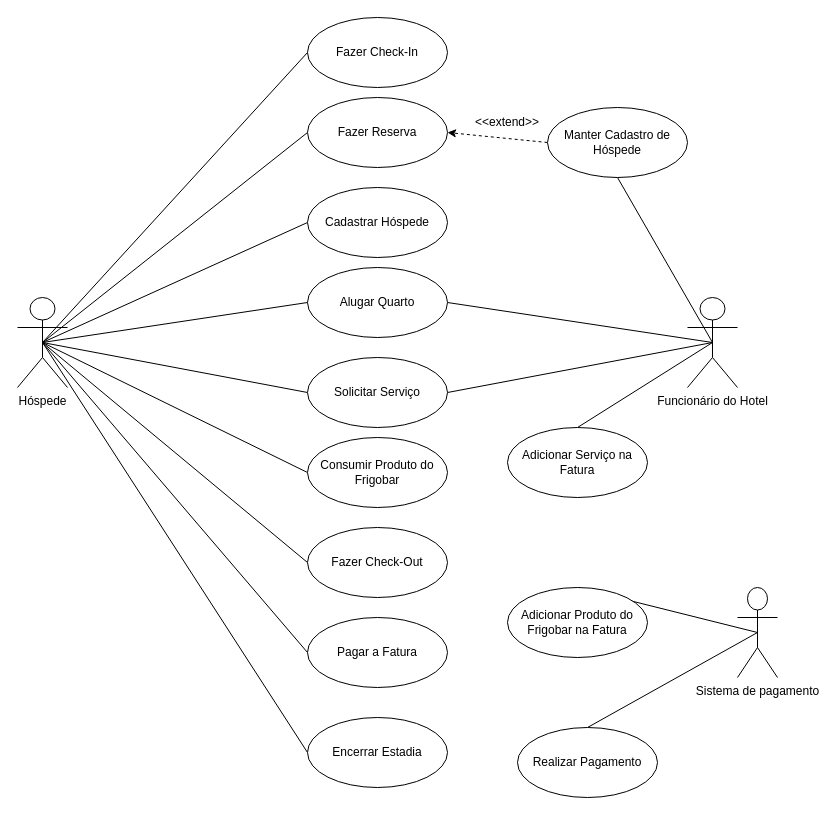
The draw.io diagram quintoexercicioCasoDeUso.drawio in MachadoEduardo/exerciciosCasoDeUso, before the edit. Source tidied: cells renumbered, new cells numbered last; positions are measured from the earlier drawing's top-left corner, leaving out a move shared by most shapes. Both pictures are drawn from the tidied source at 100%, with x=0, y=0 at pixel (17, 17).
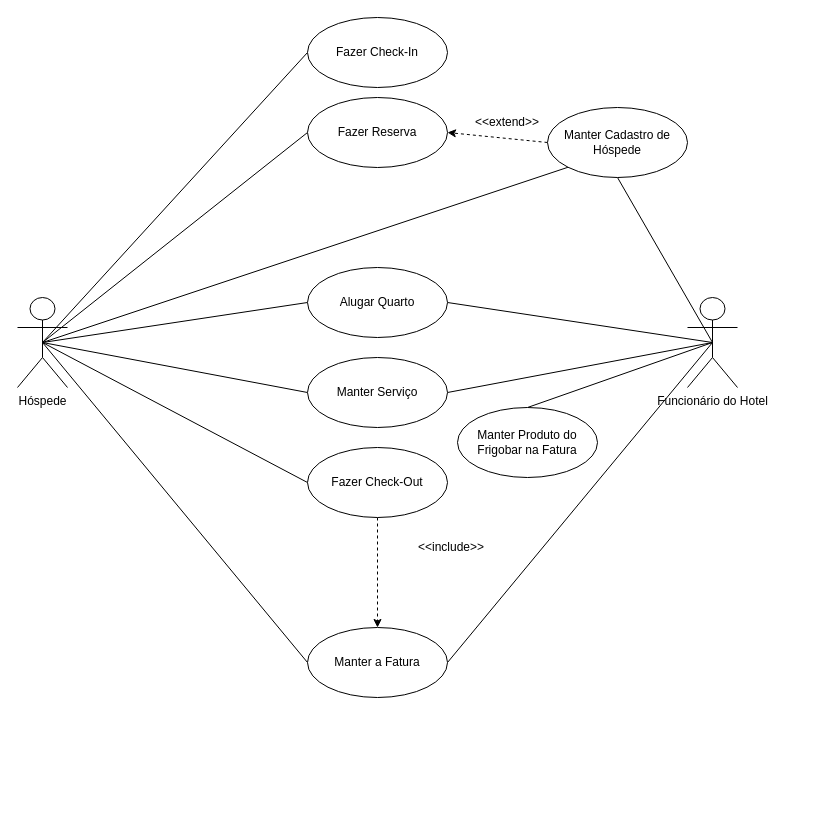
After the change.

The change refers to these unchanged cells:
```xml
<mxCell id="11" value="Hóspede" style="shape=umlActor;html=1;verticalLabelPosition=bottom;verticalAlign=top;align=center;" parent="1" vertex="1">
  <mxGeometry y="280" width="50" height="90" as="geometry" />
</mxCell>
<mxCell id="16" value="Funcionário do Hotel" style="shape=umlActor;html=1;verticalLabelPosition=bottom;verticalAlign=top;align=center;" parent="1" vertex="1">
  <mxGeometry x="670" y="280" width="50" height="90" as="geometry" />
</mxCell>
<mxCell id="33" value="Manter Cadastro de Hóspede" style="ellipse;whiteSpace=wrap;html=1;" parent="1" vertex="1">
  <mxGeometry x="530" y="90" width="140" height="70" as="geometry" />
</mxCell>
```

The edit, as a diff of the source:
```diff
@@
-    <mxCell id="2" style="edgeStyle=none;rounded=0;jettySize=auto;html=1;exitX=0.5;exitY=0.5;exitDx=0;exitDy=0;exitPerimeter=0;entryX=0;entryY=0.5;entryDx=0;entryDy=0;endArrow=none;endFill=0;" parent="1" edge="1" source="11" target="28">
-      <mxGeometry relative="1" as="geometry" />
-    </mxCell>
@@
-    <mxCell id="4" style="edgeStyle=none;rounded=0;jettySize=auto;html=1;exitX=0.5;exitY=0.5;exitDx=0;exitDy=0;exitPerimeter=0;entryX=0;entryY=0.5;entryDx=0;entryDy=0;endArrow=none;endFill=0;" parent="1" edge="1" source="11" target="25">
-      <mxGeometry relative="1" as="geometry" />
-    </mxCell>
@@
-    <mxCell id="9" style="edgeStyle=none;rounded=0;jettySize=auto;html=1;exitX=0.5;exitY=0.5;exitDx=0;exitDy=0;exitPerimeter=0;entryX=0;entryY=0.5;entryDx=0;entryDy=0;endArrow=none;endFill=0;" parent="1" edge="1" source="11" target="22">
-      <mxGeometry relative="1" as="geometry" />
-    </mxCell>
@@
+    <mxCell id="35" style="edgeStyle=none;rounded=0;jettySize=auto;html=1;exitX=0.5;exitY=0.5;exitDx=0;exitDy=0;exitPerimeter=0;entryX=0;entryY=1;entryDx=0;entryDy=0;endArrow=none;endFill=0;" parent="1" edge="1" source="11" target="33">
+      <mxGeometry relative="1" as="geometry" />
+    </mxCell>
@@
-    <mxCell id="13" style="edgeStyle=none;rounded=0;jettySize=auto;html=1;exitX=0.5;exitY=0.5;exitDx=0;exitDy=0;exitPerimeter=0;entryX=0.5;entryY=0;entryDx=0;entryDy=0;endArrow=none;endFill=0;" parent="1" edge="1" source="16" target="29">
-      <mxGeometry relative="1" as="geometry" />
-    </mxCell>
@@
+    <mxCell id="36" style="edgeStyle=none;rounded=0;jettySize=auto;html=1;exitX=0.5;exitY=0.5;exitDx=0;exitDy=0;exitPerimeter=0;entryX=0.5;entryY=0;entryDx=0;entryDy=0;endArrow=none;endFill=0;" parent="1" edge="1" source="16" target="31">
+      <mxGeometry relative="1" as="geometry" />
+    </mxCell>
+    <mxCell id="37" style="edgeStyle=none;rounded=0;jettySize=auto;html=1;exitX=0.5;exitY=0.5;exitDx=0;exitDy=0;exitPerimeter=0;entryX=1;entryY=0.5;entryDx=0;entryDy=0;endArrow=none;endFill=0;" parent="1" edge="1" source="16" target="27">
+      <mxGeometry relative="1" as="geometry" />
+    </mxCell>
@@
-    <mxCell id="17" style="edgeStyle=none;rounded=0;jettySize=auto;html=1;exitX=0.5;exitY=0.5;exitDx=0;exitDy=0;exitPerimeter=0;entryX=0.5;entryY=0;entryDx=0;entryDy=0;endArrow=none;endFill=0;" parent="1" edge="1" source="19" target="30">
-      <mxGeometry relative="1" as="geometry" />
-    </mxCell>
-    <mxCell id="18" style="edgeStyle=none;rounded=0;jettySize=auto;html=1;exitX=0.5;exitY=0.5;exitDx=0;exitDy=0;exitPerimeter=0;entryX=0.5;entryY=0;entryDx=0;entryDy=0;endArrow=none;endFill=0;" parent="1" edge="1" source="19" target="31">
-      <mxGeometry relative="1" as="geometry" />
-    </mxCell>
-    <mxCell id="19" value="Sistema de pagamento&lt;br&gt;" style="shape=umlActor;html=1;verticalLabelPosition=bottom;verticalAlign=top;align=center;" parent="1" vertex="1">
-      <mxGeometry x="720" y="570" width="40" height="90" as="geometry" />
-    </mxCell>
@@
-    <mxCell id="22" value="Cadastrar Hóspede" style="ellipse;whiteSpace=wrap;html=1;" parent="1" vertex="1">
-      <mxGeometry x="290" y="170" width="140" height="70" as="geometry" />
-    </mxCell>
@@
-    <mxCell id="24" value="Solicitar Serviço" style="ellipse;whiteSpace=wrap;html=1;" parent="1" vertex="1">
+    <mxCell id="24" value="Manter Serviço" style="ellipse;whiteSpace=wrap;html=1;" parent="1" vertex="1">
       <mxGeometry x="290" y="340" width="140" height="70" as="geometry" />
     </mxCell>
-    <mxCell id="25" value="Consumir Produto do Frigobar" style="ellipse;whiteSpace=wrap;html=1;" parent="1" vertex="1">
-      <mxGeometry x="290" y="420" width="140" height="70" as="geometry" />
-    </mxCell>
+    <mxCell id="38" style="edgeStyle=none;rounded=0;jettySize=auto;html=1;exitX=0.5;exitY=1;exitDx=0;exitDy=0;entryX=0.5;entryY=0;entryDx=0;entryDy=0;dashed=1;" parent="1" edge="1" source="26" target="27">
+      <mxGeometry relative="1" as="geometry" />
+    </mxCell>
     <mxCell id="26" value="Fazer Check-Out" style="ellipse;whiteSpace=wrap;html=1;" parent="1" vertex="1">
-      <mxGeometry x="290" y="510" width="140" height="70" as="geometry" />
+      <mxGeometry x="290" y="430" width="140" height="70" as="geometry" />
     </mxCell>
-    <mxCell id="27" value="Pagar a Fatura" style="ellipse;whiteSpace=wrap;html=1;" parent="1" vertex="1">
-      <mxGeometry x="290" y="600" width="140" height="70" as="geometry" />
+    <mxCell id="27" value="Manter a Fatura" style="ellipse;whiteSpace=wrap;html=1;" parent="1" vertex="1">
+      <mxGeometry x="290" y="610" width="140" height="70" as="geometry" />
     </mxCell>
-    <mxCell id="28" value="Encerrar Estadia" style="ellipse;whiteSpace=wrap;html=1;" parent="1" vertex="1">
-      <mxGeometry x="290" y="700" width="140" height="70" as="geometry" />
-    </mxCell>
-    <mxCell id="29" value="Adicionar Serviço na Fatura" style="ellipse;whiteSpace=wrap;html=1;" parent="1" vertex="1">
-      <mxGeometry x="490" y="410" width="140" height="70" as="geometry" />
-    </mxCell>
-    <mxCell id="30" value="Realizar Pagamento" style="ellipse;whiteSpace=wrap;html=1;" parent="1" vertex="1">
-      <mxGeometry x="500" y="710" width="140" height="70" as="geometry" />
-    </mxCell>
-    <mxCell id="31" value="Adicionar Produto do Frigobar na Fatura" style="ellipse;whiteSpace=wrap;html=1;" parent="1" vertex="1">
-      <mxGeometry x="490" y="570" width="140" height="70" as="geometry" />
+    <mxCell id="31" value="Manter Produto do Frigobar na Fatura" style="ellipse;whiteSpace=wrap;html=1;" parent="1" vertex="1">
+      <mxGeometry x="440" y="390" width="140" height="70" as="geometry" />
     </mxCell>
@@
+    <mxCell id="39" value="&amp;lt;&amp;lt;include&amp;gt;&amp;gt;" style="text;html=1;strokeColor=none;fillColor=none;align=center;verticalAlign=middle;whiteSpace=wrap;rounded=0;" parent="1" vertex="1">
+      <mxGeometry x="404" y="515" width="60" height="30" as="geometry" />
+    </mxCell>
```
